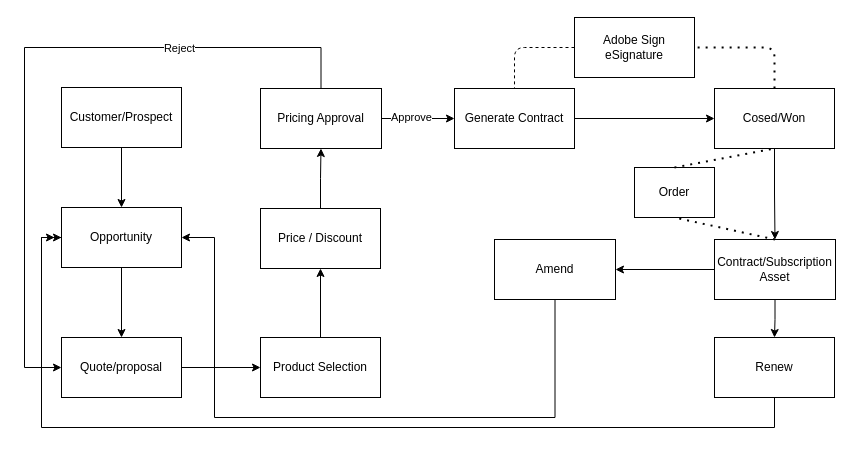
The draw.io diagram Untitled Diagram.drawio in gvpatel/GeoLocation, before the edit. Source tidied: cells renumbered, new cells numbered last; positions are measured from the earlier drawing's top-left corner, leaving out a move shared by most shapes. Both pictures are drawn from the tidied source at 100%, with x=0, y=0 at pixel (24, 17).
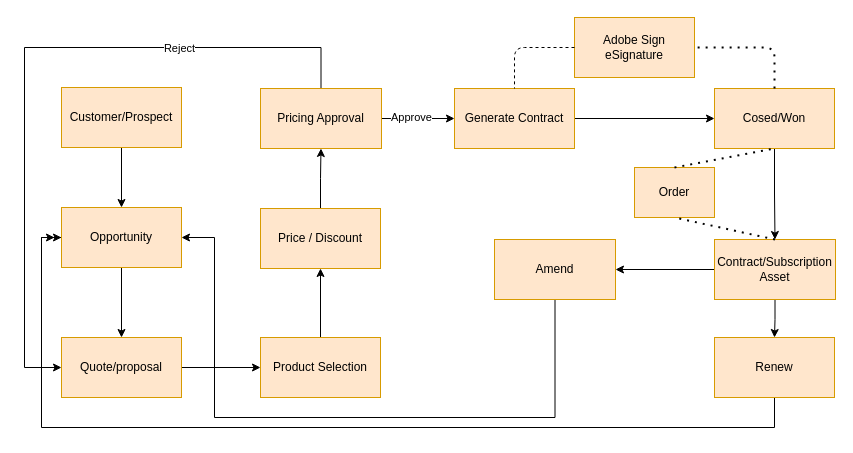
Above is the later version.

The edit, as a diff of the source:
```diff
@@
-    <mxCell id="3" value="Customer/Prospect" style="rounded=0;whiteSpace=wrap;html=1;" parent="1" vertex="1">
+    <mxCell id="3" value="Customer/Prospect" style="rounded=0;whiteSpace=wrap;html=1;fillColor=#ffe6cc;strokeColor=#d79b00;" parent="1" vertex="1">
       <mxGeometry x="37" y="70" width="120" height="60" as="geometry" />
     </mxCell>
@@
-    <mxCell id="6" value="Opportunity" style="rounded=0;whiteSpace=wrap;html=1;" parent="1" vertex="1">
+    <mxCell id="6" value="Opportunity" style="rounded=0;whiteSpace=wrap;html=1;fillColor=#ffe6cc;strokeColor=#d79b00;" parent="1" vertex="1">
       <mxGeometry x="37" y="190" width="120" height="60" as="geometry" />
     </mxCell>
@@
-    <mxCell id="8" value="Quote/proposal" style="rounded=0;whiteSpace=wrap;html=1;" parent="1" vertex="1">
+    <mxCell id="8" value="Quote/proposal" style="rounded=0;whiteSpace=wrap;html=1;fillColor=#ffe6cc;strokeColor=#d79b00;" parent="1" vertex="1">
       <mxGeometry x="37" y="320" width="120" height="60" as="geometry" />
     </mxCell>
@@
-    <mxCell id="10" value="Product Selection" style="rounded=0;whiteSpace=wrap;html=1;" parent="1" vertex="1">
+    <mxCell id="10" value="Product Selection" style="rounded=0;whiteSpace=wrap;html=1;fillColor=#ffe6cc;strokeColor=#d79b00;" parent="1" vertex="1">
       <mxGeometry x="236" y="320" width="120" height="60" as="geometry" />
     </mxCell>
@@
-    <mxCell id="12" value="Price / Discount" style="rounded=0;whiteSpace=wrap;html=1;" parent="1" vertex="1">
+    <mxCell id="12" value="Price / Discount" style="rounded=0;whiteSpace=wrap;html=1;fillColor=#ffe6cc;strokeColor=#d79b00;" parent="1" vertex="1">
       <mxGeometry x="236" y="191" width="120" height="60" as="geometry" />
     </mxCell>
@@
-    <mxCell id="17" value="Pricing Approval" style="rounded=0;whiteSpace=wrap;html=1;" parent="1" vertex="1">
+    <mxCell id="17" value="Pricing Approval" style="rounded=0;whiteSpace=wrap;html=1;fillColor=#ffe6cc;strokeColor=#d79b00;" parent="1" vertex="1">
       <mxGeometry x="236" y="71" width="121" height="60" as="geometry" />
     </mxCell>
@@
-    <mxCell id="19" value="Generate Contract" style="rounded=0;whiteSpace=wrap;html=1;" parent="1" vertex="1">
+    <mxCell id="19" value="Generate Contract" style="rounded=0;whiteSpace=wrap;html=1;fillColor=#ffe6cc;strokeColor=#d79b00;" parent="1" vertex="1">
       <mxGeometry x="430" y="71" width="120" height="60" as="geometry" />
     </mxCell>
-    <mxCell id="20" value="Adobe Sign&lt;br&gt;eSignature" style="rounded=0;whiteSpace=wrap;html=1;" parent="1" vertex="1">
+    <mxCell id="20" value="Adobe Sign&lt;br&gt;eSignature" style="rounded=0;whiteSpace=wrap;html=1;fillColor=#ffe6cc;strokeColor=#d79b00;" parent="1" vertex="1">
       <mxGeometry x="550" width="120" height="60" as="geometry" />
     </mxCell>
@@
-    <mxCell id="22" value="Cosed/Won" style="rounded=0;whiteSpace=wrap;html=1;" parent="1" vertex="1">
+    <mxCell id="22" value="Cosed/Won" style="rounded=0;whiteSpace=wrap;html=1;fillColor=#ffe6cc;strokeColor=#d79b00;" parent="1" vertex="1">
       <mxGeometry x="690" y="71" width="120" height="60" as="geometry" />
     </mxCell>
@@
-    <mxCell id="25" value="Contract/Subscription&lt;br&gt;Asset" style="rounded=0;whiteSpace=wrap;html=1;" parent="1" vertex="1">
+    <mxCell id="25" value="Contract/Subscription&lt;br&gt;Asset" style="rounded=0;whiteSpace=wrap;html=1;fillColor=#ffe6cc;strokeColor=#d79b00;" parent="1" vertex="1">
       <mxGeometry x="690" y="222" width="121" height="60" as="geometry" />
     </mxCell>
-    <mxCell id="26" value="Order" style="rounded=0;whiteSpace=wrap;html=1;" parent="1" vertex="1">
+    <mxCell id="26" value="Order" style="rounded=0;whiteSpace=wrap;html=1;fillColor=#ffe6cc;strokeColor=#d79b00;" parent="1" vertex="1">
       <mxGeometry x="610" y="150" width="80" height="50" as="geometry" />
     </mxCell>
@@
-    <mxCell id="28" value="Renew" style="rounded=0;whiteSpace=wrap;html=1;" parent="1" vertex="1">
+    <mxCell id="28" value="Renew" style="rounded=0;whiteSpace=wrap;html=1;fillColor=#ffe6cc;strokeColor=#d79b00;" parent="1" vertex="1">
       <mxGeometry x="690" y="320" width="120" height="60" as="geometry" />
     </mxCell>
@@
-    <mxCell id="30" value="Amend" style="rounded=0;whiteSpace=wrap;html=1;" parent="1" vertex="1">
+    <mxCell id="30" value="Amend" style="rounded=0;whiteSpace=wrap;html=1;fillColor=#ffe6cc;strokeColor=#d79b00;" parent="1" vertex="1">
       <mxGeometry x="470" y="222" width="121" height="60" as="geometry" />
     </mxCell>
```
